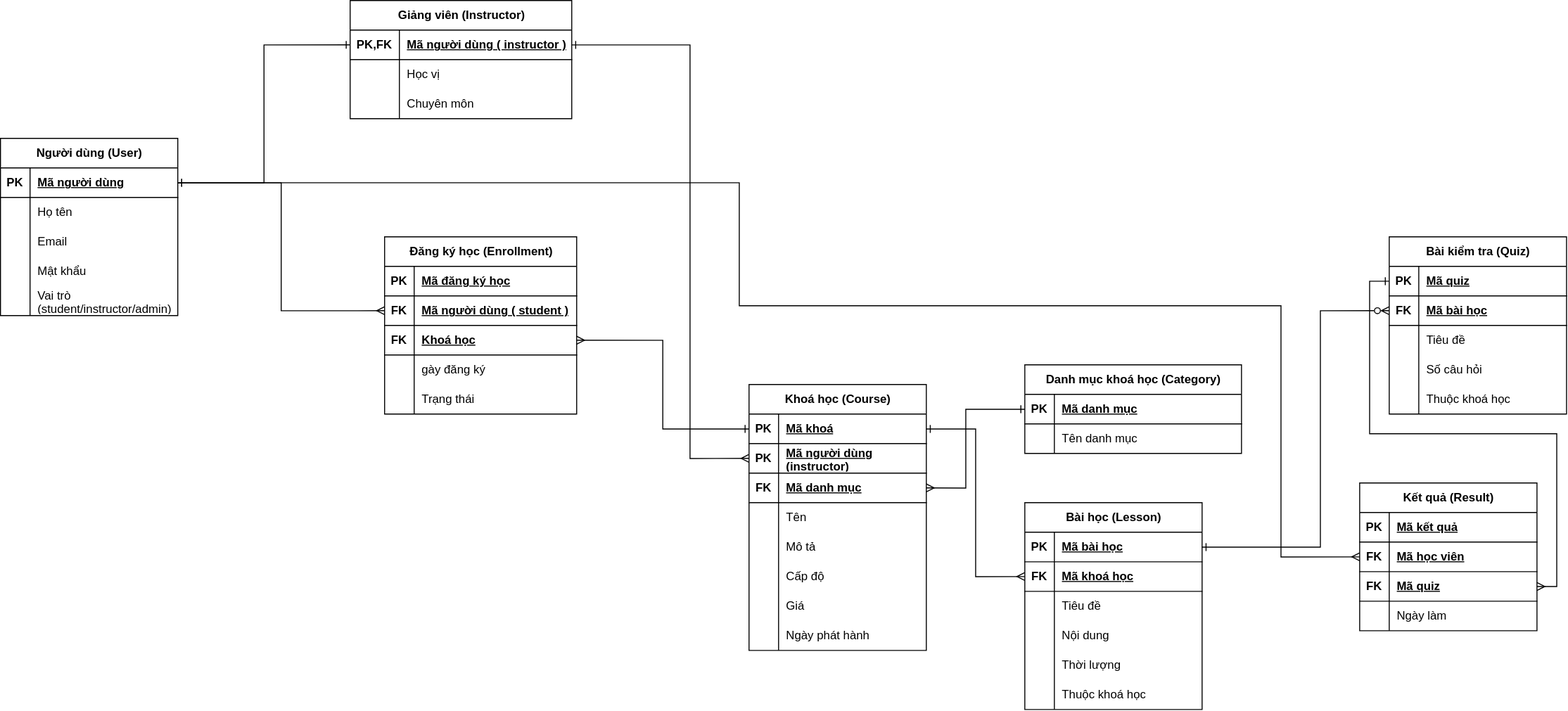
Earlier version of the draw.io export session-01/drawio/[ Giỏi ] Hệ thống Quản lý Lớp học Trực tuyến.svg (DungDev12/JB-IOC-PTHB260407). Source tidied: cells renumbered, new cells last; positions are measured from the earlier drawing's top-left corner, leaving out a move shared by most shapes.
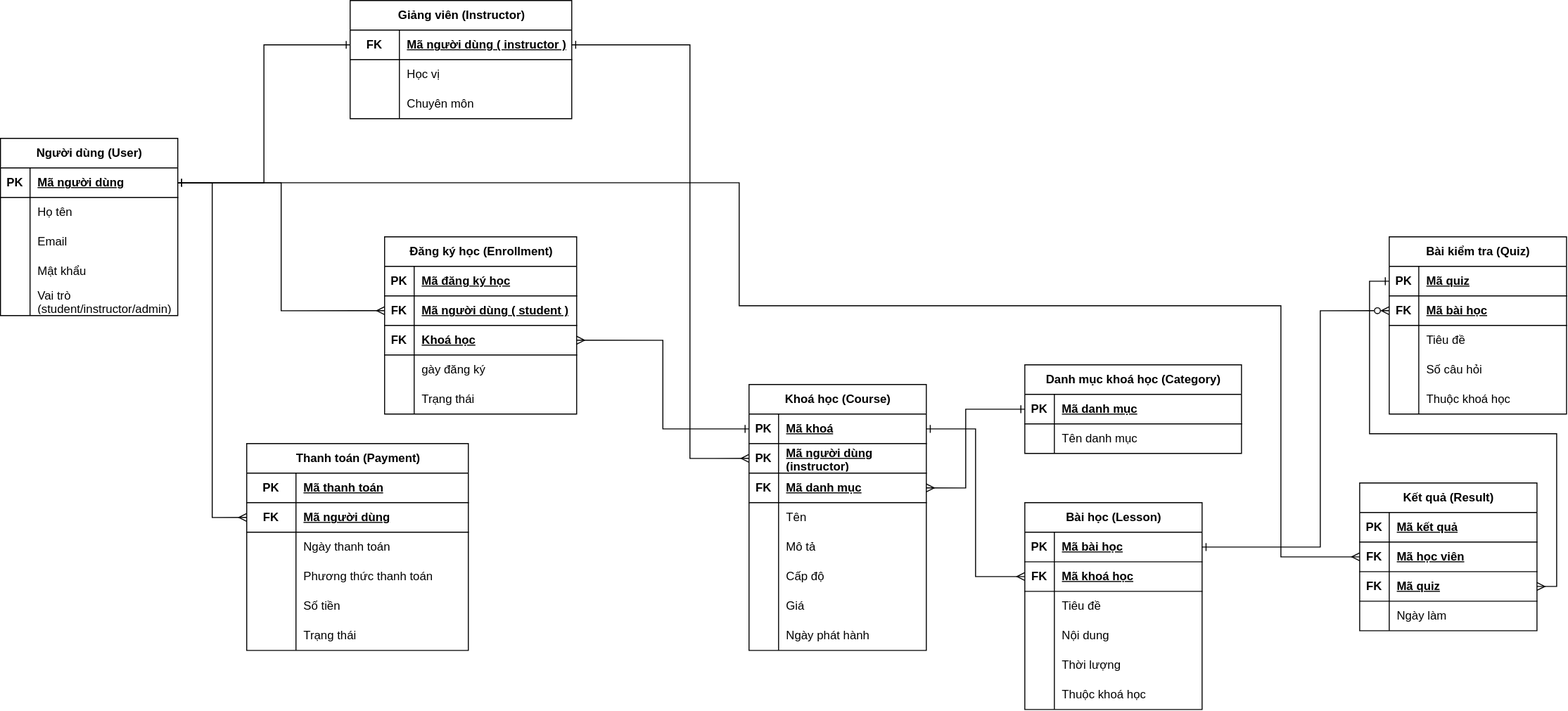
Above is the later version.

Change to the diagram source:
```diff
@@ -160,7 +160,7 @@
     <mxCell id="52" style="shape=tableRow;horizontal=0;startSize=0;swimlaneHead=0;swimlaneBody=0;fillColor=none;points=[[0,0.5],[1,0.5]];portConstraint=eastwest;top=0;left=0;right=0;bottom=1;" parent="51" vertex="1">
       <mxGeometry y="30" width="225" height="30" as="geometry" />
     </mxCell>
-    <mxCell id="53" value="PK,FK" style="shape=partialRectangle;fillColor=none;top=0;left=0;bottom=0;right=0;fontStyle=1;overflow=hidden;whiteSpace=wrap;html=1;" parent="52" vertex="1">
+    <mxCell id="53" value="FK" style="shape=partialRectangle;fillColor=none;top=0;left=0;bottom=0;right=0;fontStyle=1;overflow=hidden;whiteSpace=wrap;html=1;" parent="52" vertex="1">
       <mxGeometry width="50" height="30" as="geometry" />
     </mxCell>
     <mxCell id="54" value="Mã người dùng ( instructor )" style="shape=partialRectangle;fillColor=none;top=0;left=0;bottom=0;right=0;align=left;spacingLeft=6;fontStyle=5;overflow=hidden;whiteSpace=wrap;html=1;" parent="52" vertex="1">
@@ -417,5 +417,65 @@
         </Array>
       </mxGeometry>
     </mxCell>
+    <mxCell id="133" value="Thanh toán (Payment)" style="shape=table;startSize=30;rowLines=0;fontStyle=1;align=center;html=1;" parent="1" vertex="1">
+      <mxGeometry x="250" y="450" width="225" height="210" as="geometry" />
+    </mxCell>
+    <mxCell id="134" style="shape=tableRow;horizontal=0;startSize=0;swimlaneHead=0;swimlaneBody=0;fillColor=none;top=0;left=0;right=0;bottom=1;" parent="133" vertex="1">
+      <mxGeometry y="30" width="225" height="30" as="geometry" />
+    </mxCell>
+    <mxCell id="135" value="PK" style="shape=partialRectangle;fillColor=none;top=0;left=0;bottom=0;right=0;fontStyle=1;overflow=hidden;whiteSpace=wrap;html=1;" parent="134" vertex="1">
+      <mxGeometry width="50" height="30" as="geometry" />
+    </mxCell>
+    <mxCell id="136" value="Mã thanh toán" style="shape=partialRectangle;fillColor=none;top=0;left=0;bottom=0;right=0;align=left;spacingLeft=6;fontStyle=5;overflow=hidden;whiteSpace=wrap;html=1;" parent="134" vertex="1">
+      <mxGeometry x="50" width="175" height="30" as="geometry" />
+    </mxCell>
+    <mxCell id="137" style="shape=tableRow;horizontal=0;startSize=0;swimlaneHead=0;swimlaneBody=0;fillColor=none;points=[[0,0.5],[1,0.5]];portConstraint=eastwest;top=0;left=0;right=0;bottom=1;" parent="133" vertex="1">
+      <mxGeometry y="60" width="225" height="30" as="geometry" />
+    </mxCell>
+    <mxCell id="138" value="FK" style="shape=partialRectangle;fillColor=none;top=0;left=0;bottom=0;right=0;fontStyle=1;overflow=hidden;whiteSpace=wrap;html=1;" parent="137" vertex="1">
+      <mxGeometry width="50" height="30" as="geometry" />
+    </mxCell>
+    <mxCell id="139" value="Mã người dùng" style="shape=partialRectangle;fillColor=none;top=0;left=0;bottom=0;right=0;align=left;spacingLeft=6;fontStyle=5;overflow=hidden;whiteSpace=wrap;html=1;" parent="137" vertex="1">
+      <mxGeometry x="50" width="175" height="30" as="geometry" />
+    </mxCell>
+    <mxCell id="140" style="shape=tableRow;horizontal=0;startSize=0;swimlaneHead=0;swimlaneBody=0;fillColor=none;top=0;left=0;right=0;bottom=0;" parent="133" vertex="1">
+      <mxGeometry y="90" width="225" height="30" as="geometry" />
+    </mxCell>
+    <mxCell id="141" style="shape=partialRectangle;fillColor=none;top=0;left=0;bottom=0;right=0;overflow=hidden;whiteSpace=wrap;html=1;" parent="140" vertex="1">
+      <mxGeometry width="50" height="30" as="geometry" />
+    </mxCell>
+    <mxCell id="142" value="Ngày thanh toán" style="shape=partialRectangle;fillColor=none;top=0;left=0;bottom=0;right=0;align=left;spacingLeft=6;overflow=hidden;whiteSpace=wrap;html=1;" parent="140" vertex="1">
+      <mxGeometry x="50" width="175" height="30" as="geometry" />
+    </mxCell>
+    <mxCell id="143" style="shape=tableRow;horizontal=0;startSize=0;swimlaneHead=0;swimlaneBody=0;fillColor=none;top=0;left=0;right=0;bottom=0;" parent="133" vertex="1">
+      <mxGeometry y="120" width="225" height="30" as="geometry" />
+    </mxCell>
+    <mxCell id="144" style="shape=partialRectangle;fillColor=none;top=0;left=0;bottom=0;right=0;overflow=hidden;whiteSpace=wrap;html=1;" parent="143" vertex="1">
+      <mxGeometry width="50" height="30" as="geometry" />
+    </mxCell>
+    <mxCell id="145" value="Phương thức thanh toán" style="shape=partialRectangle;fillColor=none;top=0;left=0;bottom=0;right=0;align=left;spacingLeft=6;overflow=hidden;whiteSpace=wrap;html=1;" parent="143" vertex="1">
+      <mxGeometry x="50" width="175" height="30" as="geometry" />
+    </mxCell>
+    <mxCell id="146" style="shape=tableRow;horizontal=0;startSize=0;swimlaneHead=0;swimlaneBody=0;fillColor=none;top=0;left=0;right=0;bottom=0;" parent="133" vertex="1">
+      <mxGeometry y="150" width="225" height="30" as="geometry" />
+    </mxCell>
+    <mxCell id="147" style="shape=partialRectangle;fillColor=none;top=0;left=0;bottom=0;right=0;overflow=hidden;whiteSpace=wrap;html=1;" parent="146" vertex="1">
+      <mxGeometry width="50" height="30" as="geometry" />
+    </mxCell>
+    <mxCell id="148" value="Số tiền" style="shape=partialRectangle;fillColor=none;top=0;left=0;bottom=0;right=0;align=left;spacingLeft=6;overflow=hidden;whiteSpace=wrap;html=1;" parent="146" vertex="1">
+      <mxGeometry x="50" width="175" height="30" as="geometry" />
+    </mxCell>
+    <mxCell id="149" style="shape=tableRow;horizontal=0;startSize=0;swimlaneHead=0;swimlaneBody=0;fillColor=none;top=0;left=0;right=0;bottom=0;" parent="133" vertex="1">
+      <mxGeometry y="180" width="225" height="30" as="geometry" />
+    </mxCell>
+    <mxCell id="150" style="shape=partialRectangle;fillColor=none;top=0;left=0;bottom=0;right=0;overflow=hidden;whiteSpace=wrap;html=1;" parent="149" vertex="1">
+      <mxGeometry width="50" height="30" as="geometry" />
+    </mxCell>
+    <mxCell id="151" value="Trạng thái" style="shape=partialRectangle;fillColor=none;top=0;left=0;bottom=0;right=0;align=left;spacingLeft=6;overflow=hidden;whiteSpace=wrap;html=1;" parent="149" vertex="1">
+      <mxGeometry x="50" width="175" height="30" as="geometry" />
+    </mxCell>
+    <mxCell id="152" style="edgeStyle=orthogonalEdgeStyle;rounded=0;jettySize=auto;html=1;entryX=0;entryY=0.5;entryDx=0;entryDy=0;endArrow=ERmany;endFill=0;startArrow=ERone;startFill=0;" parent="1" edge="1" source="3" target="137">
+      <mxGeometry relative="1" as="geometry" />
+    </mxCell>
   </root>
 </mxGraphModel>
```
